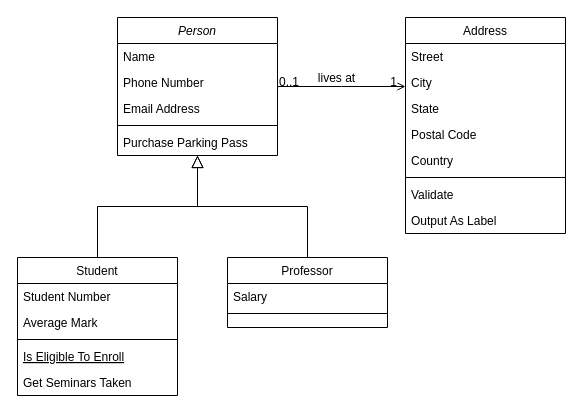
Above: nvidiaddb.drawio in LiiLk/nvidia-symfony (draw.io), before the change. Source tidied: cells renumbered, new cells numbered last; positions are measured from the earlier drawing's top-left corner, leaving out a move shared by most shapes. Both pictures are drawn from the tidied source at 100%, with x=0, y=0 at pixel (17, 17).
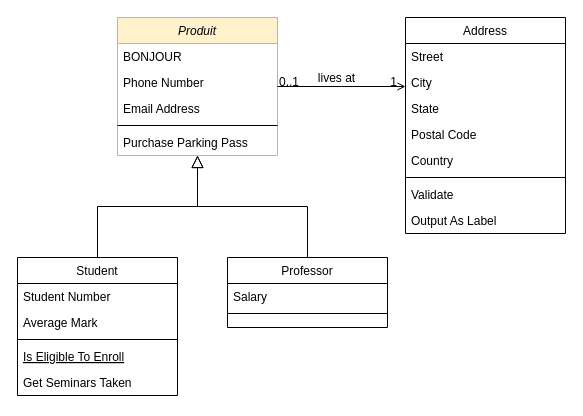
The same diagram, later.

The edit, as a diff of the source:
```diff
@@
-    <mxCell id="2" value="Person" style="swimlane;fontStyle=2;align=center;verticalAlign=top;horizontal=1;startSize=26;rounded=0;shadow=0;strokeWidth=1;" parent="1" vertex="1">
+    <mxCell id="2" value="Produit" style="swimlane;fontStyle=2;align=center;verticalAlign=top;horizontal=1;startSize=26;rounded=0;shadow=0;strokeWidth=1;fillColor=#fff2cc;strokeColor=#d6b656;" parent="1" vertex="1">
       <mxGeometry x="100" width="160" height="138" as="geometry" />
     </mxCell>
-    <mxCell id="3" value="Name" style="text;align=left;verticalAlign=top;spacingLeft=4;spacingRight=4;overflow=hidden;" parent="2" vertex="1">
+    <mxCell id="3" value="BONJOUR" style="text;align=left;verticalAlign=top;spacingLeft=4;spacingRight=4;overflow=hidden;" parent="2" vertex="1">
       <mxGeometry y="26" width="160" height="26" as="geometry" />
     </mxCell>
```
